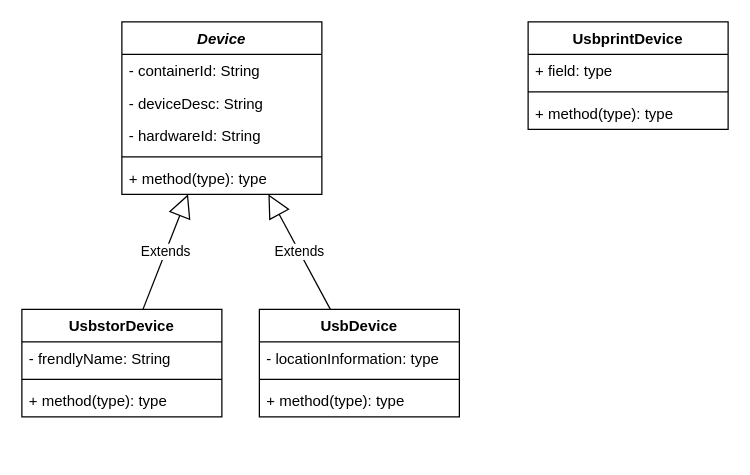
Above: UML diagrams.drawio in Quitest/USBDDx (draw.io), before the change. Source tidied: cells renumbered, new cells numbered last; positions are measured from the earlier drawing's top-left corner, leaving out a move shared by most shapes. Both pictures are drawn from the tidied source at 125%, with x=0, y=0 at pixel (21, 21).
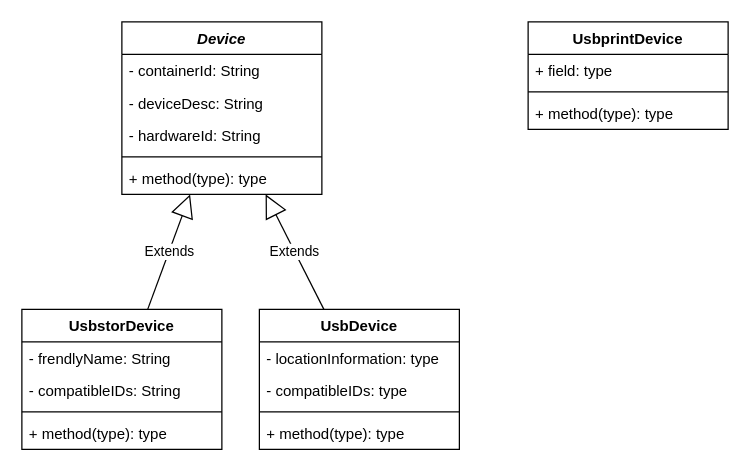
Above is the later version.

The edit, as a diff of the source:
```diff
@@
     <mxCell id="8" value="UsbDevice" style="swimlane;fontStyle=1;align=center;verticalAlign=top;horizontal=1;startSize=26;" parent="1" vertex="1">
-      <mxGeometry x="190" y="230" width="160" height="86" as="geometry" />
+      <mxGeometry x="190" y="230" width="160" height="112" as="geometry" />
     </mxCell>
@@
+    <mxCell id="22" value="- compatibleIDs: type" style="text;strokeColor=none;fillColor=none;align=left;verticalAlign=top;spacingLeft=4;spacingRight=4;overflow=hidden;" parent="8" vertex="1">
+      <mxGeometry y="52" width="160" height="26" as="geometry" />
+    </mxCell>
     <mxCell id="10" style="line;strokeWidth=1;fillColor=none;align=left;verticalAlign=middle;spacingTop=-1;spacingLeft=3;spacingRight=3;labelPosition=right;" parent="8" vertex="1">
-      <mxGeometry y="52" width="160" height="8" as="geometry" />
+      <mxGeometry y="78" width="160" height="8" as="geometry" />
     </mxCell>
     <mxCell id="11" value="+ method(type): type" style="text;strokeColor=none;fillColor=none;align=left;verticalAlign=top;spacingLeft=4;spacingRight=4;overflow=hidden;" parent="8" vertex="1">
-      <mxGeometry y="60" width="160" height="26" as="geometry" />
+      <mxGeometry y="86" width="160" height="26" as="geometry" />
     </mxCell>
     <mxCell id="12" value="UsbstorDevice" style="swimlane;fontStyle=1;align=center;verticalAlign=top;horizontal=1;startSize=26;" parent="1" vertex="1">
-      <mxGeometry y="230" width="160" height="86" as="geometry" />
+      <mxGeometry y="230" width="160" height="112" as="geometry" />
     </mxCell>
+    <mxCell id="23" value="- frendlyName: String" style="text;strokeColor=none;fillColor=none;align=left;verticalAlign=top;spacingLeft=4;spacingRight=4;overflow=hidden;" parent="12" vertex="1">
+      <mxGeometry y="26" width="160" height="26" as="geometry" />
+    </mxCell>
-    <mxCell id="13" value="- frendlyName: String" style="text;strokeColor=none;fillColor=none;align=left;verticalAlign=top;spacingLeft=4;spacingRight=4;overflow=hidden;" parent="12" vertex="1">
-      <mxGeometry y="26" width="160" height="26" as="geometry" />
+    <mxCell id="13" value="- compatibleIDs: String" style="text;strokeColor=none;fillColor=none;align=left;verticalAlign=top;spacingLeft=4;spacingRight=4;overflow=hidden;" parent="12" vertex="1">
+      <mxGeometry y="52" width="160" height="26" as="geometry" />
     </mxCell>
     <mxCell id="14" style="line;strokeWidth=1;fillColor=none;align=left;verticalAlign=middle;spacingTop=-1;spacingLeft=3;spacingRight=3;labelPosition=right;" parent="12" vertex="1">
-      <mxGeometry y="52" width="160" height="8" as="geometry" />
+      <mxGeometry y="78" width="160" height="8" as="geometry" />
     </mxCell>
     <mxCell id="15" value="+ method(type): type" style="text;strokeColor=none;fillColor=none;align=left;verticalAlign=top;spacingLeft=4;spacingRight=4;overflow=hidden;" parent="12" vertex="1">
-      <mxGeometry y="60" width="160" height="26" as="geometry" />
+      <mxGeometry y="86" width="160" height="26" as="geometry" />
     </mxCell>
```
